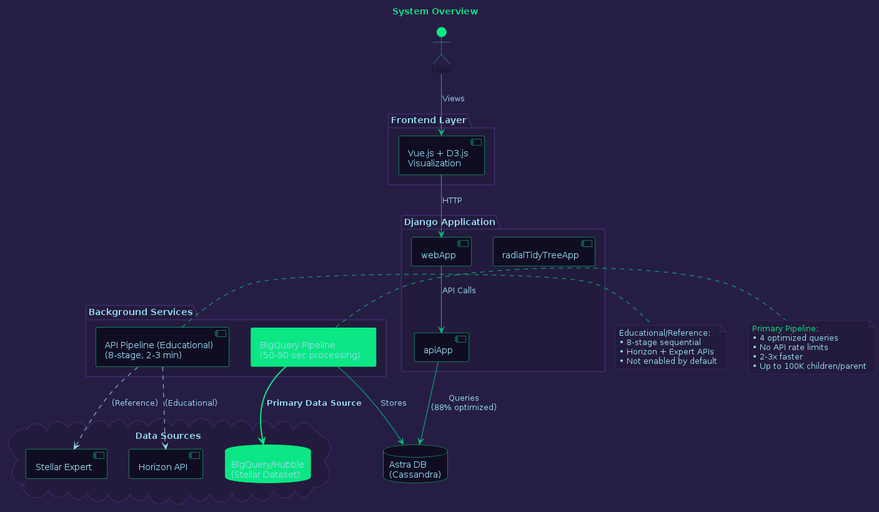
Above: diagrams/01_system_overview.png in areveur51/StellarMapWeb (PlantUML), before the change.
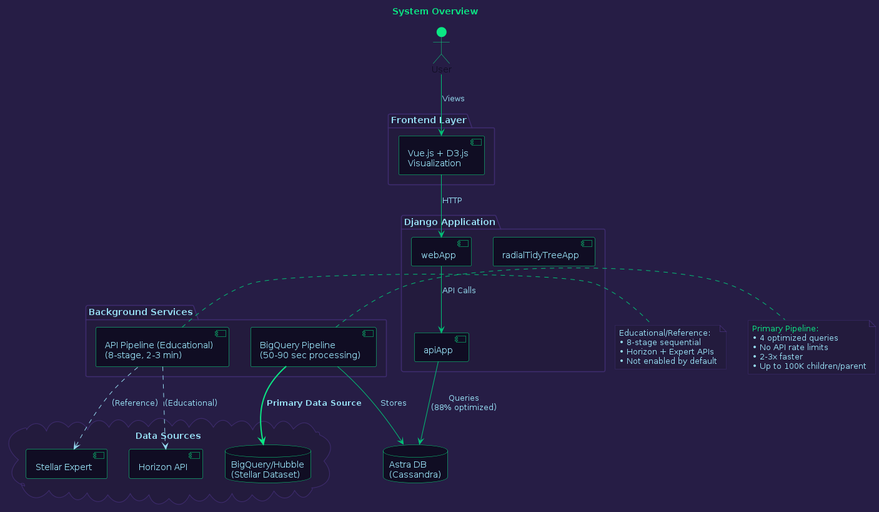
Above is the later version.

Diff of the diagram source:
```diff
@@ -55,12 +55,12 @@
 }
 
 package "Background Services" #231B3D {
-  component "BigQuery Pipeline\n(50-90 sec processing)" as BQPipeline #0BE784
+  component "BigQuery Pipeline\n(50-90 sec processing)" as BQPipeline
   component "API Pipeline (Educational)\n(8-stage, 2-3 min)" as APIPipeline
 }
 
 cloud "Data Sources" #231B3D {
-  database "BigQuery/Hubble\n(Stellar Dataset)" as BigQuery #0BE784
+  database "BigQuery/Hubble\n(Stellar Dataset)" as BigQuery
   component "Horizon API" as Horizon
   component "Stellar Expert" as Expert
 }
```
